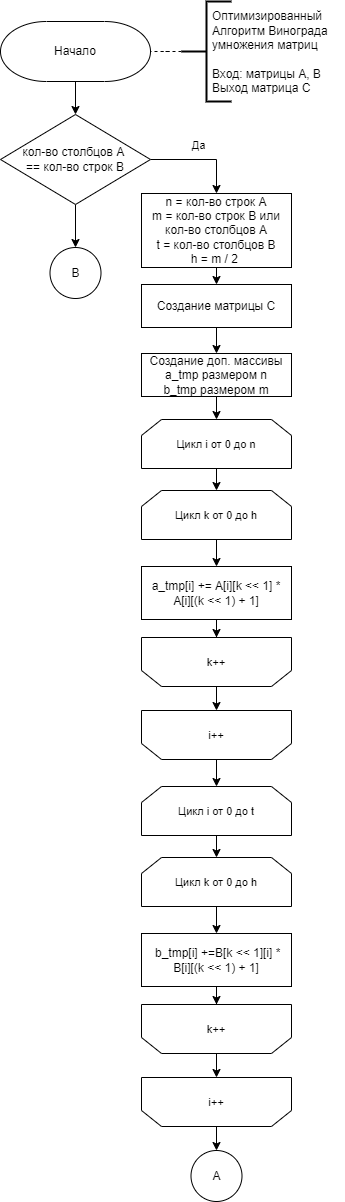
This is lab_02/docs/img/vinograd_opt_alg_1.png from Mansurow/bmstu-iu7-5sem-AA, a draw.io export, as it was before one commit. Source tidied: cells renumbered, new cells last; positions are measured from the earlier drawing's top-left corner, leaving out a move shared by most shapes.
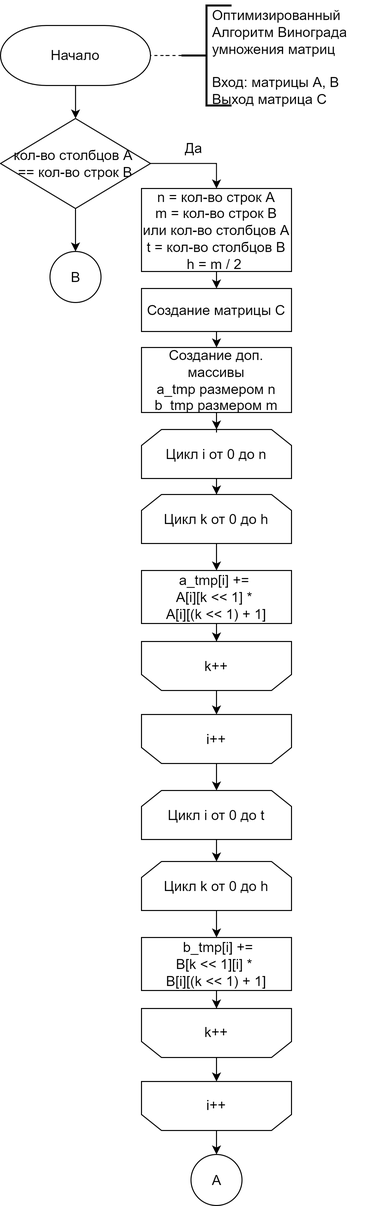
Later version of the same file.

The edit, as a diff of the source:
```diff
@@ -2,117 +2,117 @@
   <root>
     <mxCell id="0" />
     <mxCell id="1" parent="0" />
-    <mxCell id="2" style="edgeStyle=orthogonalEdgeStyle;rounded=0;jettySize=auto;html=1;" parent="1" edge="1" source="3" target="7">
+    <mxCell id="2" style="edgeStyle=orthogonalEdgeStyle;rounded=0;jettySize=auto;html=1;fontSize=14;" parent="1" edge="1" source="3" target="7">
       <mxGeometry relative="1" as="geometry" />
     </mxCell>
-    <mxCell id="3" value="Начало" style="strokeWidth=1;html=1;shape=mxgraph.flowchart.terminator;whiteSpace=wrap;" parent="1" vertex="1">
+    <mxCell id="3" value="Начало" style="strokeWidth=1;html=1;shape=mxgraph.flowchart.terminator;whiteSpace=wrap;fontSize=14;" parent="1" vertex="1">
       <mxGeometry y="20" width="150" height="60" as="geometry" />
     </mxCell>
-    <mxCell id="4" style="edgeStyle=orthogonalEdgeStyle;rounded=0;jettySize=auto;html=1;exitX=1;exitY=0.5;exitDx=0;exitDy=0;" parent="1" edge="1" source="7" target="9">
+    <mxCell id="4" style="edgeStyle=orthogonalEdgeStyle;rounded=0;jettySize=auto;html=1;exitX=1;exitY=0.5;exitDx=0;exitDy=0;fontSize=14;" parent="1" edge="1" source="7" target="9">
       <mxGeometry relative="1" as="geometry" />
     </mxCell>
-    <mxCell id="5" value="Да" style="edgeLabel;html=1;align=center;verticalAlign=middle;" parent="4" vertex="1">
+    <mxCell id="5" value="Да" style="edgeLabel;html=1;align=center;verticalAlign=middle;fontSize=14;" parent="4" vertex="1">
       <mxGeometry x="-0.06" y="-1" relative="1" as="geometry">
         <mxPoint y="-16" as="offset" />
       </mxGeometry>
     </mxCell>
-    <mxCell id="6" style="edgeStyle=orthogonalEdgeStyle;rounded=0;jettySize=auto;html=1;exitX=0.5;exitY=1;exitDx=0;exitDy=0;endArrow=classic;endFill=1;" parent="1" edge="1" source="7" target="38">
+    <mxCell id="6" style="edgeStyle=orthogonalEdgeStyle;rounded=0;jettySize=auto;html=1;exitX=0.5;exitY=1;exitDx=0;exitDy=0;endArrow=classic;endFill=1;fontSize=14;" parent="1" edge="1" source="7" target="38">
       <mxGeometry relative="1" as="geometry" />
     </mxCell>
-    <mxCell id="7" value="кол-во столбцов A &lt;br&gt;== кол-во строк B" style="rhombus;whiteSpace=wrap;html=1;" parent="1" vertex="1">
+    <mxCell id="7" value="кол-во столбцов A &lt;br style=&quot;font-size: 14px;&quot;&gt;== кол-во строк B" style="rhombus;whiteSpace=wrap;html=1;fontSize=14;" parent="1" vertex="1">
       <mxGeometry y="113" width="150" height="90" as="geometry" />
     </mxCell>
-    <mxCell id="8" style="edgeStyle=orthogonalEdgeStyle;rounded=0;jettySize=auto;html=1;exitX=0.5;exitY=1;exitDx=0;exitDy=0;entryX=0.5;entryY=0;entryDx=0;entryDy=0;endArrow=classic;endFill=1;" parent="1" edge="1" source="9" target="16">
+    <mxCell id="8" style="edgeStyle=orthogonalEdgeStyle;rounded=0;jettySize=auto;html=1;exitX=0.5;exitY=1;exitDx=0;exitDy=0;entryX=0.5;entryY=0;entryDx=0;entryDy=0;endArrow=classic;endFill=1;fontSize=14;" parent="1" edge="1" source="9" target="16">
       <mxGeometry relative="1" as="geometry" />
     </mxCell>
-    <mxCell id="9" value="n = кол-во строк A&lt;br&gt;m = кол-во строк B или кол-во столбцов A&lt;br&gt;t = кол-во столбцов B&lt;br&gt;h = m / 2&amp;nbsp;" style="rounded=0;whiteSpace=wrap;html=1;absoluteArcSize=1;arcSize=14;strokeWidth=1;" parent="1" vertex="1">
-      <mxGeometry x="141" y="192" width="150" height="74" as="geometry" />
+    <mxCell id="9" value="n = кол-во строк A&lt;br style=&quot;font-size: 14px;&quot;&gt;m = кол-во строк B или кол-во столбцов A&lt;br style=&quot;font-size: 14px;&quot;&gt;t = кол-во столбцов B&lt;br style=&quot;font-size: 14px;&quot;&gt;h = m / 2&amp;nbsp;" style="rounded=0;whiteSpace=wrap;html=1;absoluteArcSize=1;arcSize=14;strokeWidth=1;fontSize=14;" parent="1" vertex="1">
+      <mxGeometry x="141" y="183" width="150" height="83" as="geometry" />
     </mxCell>
-    <mxCell id="10" style="edgeStyle=orthogonalEdgeStyle;rounded=0;jettySize=auto;html=1;endArrow=classic;endFill=1;" parent="1" edge="1" source="11" target="20">
+    <mxCell id="10" style="edgeStyle=orthogonalEdgeStyle;rounded=0;jettySize=auto;html=1;endArrow=classic;endFill=1;fontSize=14;" parent="1" edge="1" source="11" target="20">
       <mxGeometry relative="1" as="geometry" />
     </mxCell>
-    <mxCell id="11" value="&lt;span style=&quot;font-size: 11px;&quot;&gt;Цикл i от 0 до n&lt;/span&gt;" style="shape=loopLimit;whiteSpace=wrap;html=1;" parent="1" vertex="1">
-      <mxGeometry x="141" y="418" width="150" height="49" as="geometry" />
+    <mxCell id="11" value="&lt;span style=&quot;font-size: 14px;&quot;&gt;Цикл i от 0 до n&lt;/span&gt;" style="shape=loopLimit;whiteSpace=wrap;html=1;fontSize=14;" parent="1" vertex="1">
+      <mxGeometry x="141" y="424" width="150" height="49" as="geometry" />
     </mxCell>
-    <mxCell id="12" style="edgeStyle=orthogonalEdgeStyle;rounded=0;jettySize=auto;html=1;endArrow=none;endFill=0;dashed=1;" parent="1" edge="1" source="13" target="3">
+    <mxCell id="12" style="edgeStyle=orthogonalEdgeStyle;rounded=0;jettySize=auto;html=1;endArrow=none;endFill=0;dashed=1;fontSize=14;" parent="1" edge="1" source="13" target="3">
       <mxGeometry relative="1" as="geometry" />
     </mxCell>
-    <mxCell id="13" style="strokeWidth=2;html=1;shape=mxgraph.flowchart.annotation_2;align=left;labelPosition=right;" parent="1" vertex="1">
+    <mxCell id="13" style="strokeWidth=2;html=1;shape=mxgraph.flowchart.annotation_2;align=left;labelPosition=right;fontSize=14;" parent="1" vertex="1">
       <mxGeometry x="181" width="50" height="100" as="geometry" />
     </mxCell>
-    <mxCell id="14" value="Оптимизированный&lt;br&gt;Алгоритм Винограда&lt;br&gt;умножения матриц&lt;br&gt;&lt;br&gt;Вход: матрицы A, B&lt;br&gt;Выход матрица С" style="text;html=1;align=left;verticalAlign=middle;strokeColor=none;fillColor=none;" parent="1" vertex="1">
-      <mxGeometry x="210" y="2" width="134" height="98" as="geometry" />
+    <mxCell id="14" value="Оптимизированный&lt;br style=&quot;font-size: 14px;&quot;&gt;Алгоритм Винограда&lt;br style=&quot;font-size: 14px;&quot;&gt;умножения матриц&lt;br style=&quot;font-size: 14px;&quot;&gt;&lt;br style=&quot;font-size: 14px;&quot;&gt;Вход: матрицы A, B&lt;br style=&quot;font-size: 14px;&quot;&gt;Выход матрица С" style="text;html=1;align=left;verticalAlign=middle;strokeColor=none;fillColor=none;fontSize=14;" parent="1" vertex="1">
+      <mxGeometry x="210" y="-5" width="153" height="113" as="geometry" />
     </mxCell>
-    <mxCell id="15" style="edgeStyle=orthogonalEdgeStyle;rounded=0;jettySize=auto;html=1;exitX=0.5;exitY=1;exitDx=0;exitDy=0;entryX=0.5;entryY=0;entryDx=0;entryDy=0;endArrow=classic;endFill=1;" parent="1" edge="1" source="16" target="18">
+    <mxCell id="15" style="edgeStyle=orthogonalEdgeStyle;rounded=0;jettySize=auto;html=1;exitX=0.5;exitY=1;exitDx=0;exitDy=0;entryX=0.5;entryY=0;entryDx=0;entryDy=0;endArrow=classic;endFill=1;fontSize=14;" parent="1" edge="1" source="16" target="18">
       <mxGeometry relative="1" as="geometry" />
     </mxCell>
-    <mxCell id="16" value="Создание матрицы C" style="rounded=0;whiteSpace=wrap;html=1;absoluteArcSize=1;arcSize=14;strokeWidth=1;" parent="1" vertex="1">
+    <mxCell id="16" value="Создание матрицы C" style="rounded=0;whiteSpace=wrap;html=1;absoluteArcSize=1;arcSize=14;strokeWidth=1;fontSize=14;" parent="1" vertex="1">
       <mxGeometry x="141" y="283" width="150" height="43" as="geometry" />
     </mxCell>
-    <mxCell id="17" style="edgeStyle=orthogonalEdgeStyle;rounded=0;jettySize=auto;html=1;endArrow=classic;endFill=1;" parent="1" edge="1" source="18" target="11">
+    <mxCell id="17" style="edgeStyle=orthogonalEdgeStyle;rounded=0;jettySize=auto;html=1;endArrow=classic;endFill=1;fontSize=14;" parent="1" edge="1" source="18" target="11">
       <mxGeometry relative="1" as="geometry" />
     </mxCell>
-    <mxCell id="18" value="Создание доп. массивы&lt;br&gt;a_tmp размером n&lt;br&gt;b_tmp размером m" style="rounded=0;whiteSpace=wrap;html=1;absoluteArcSize=1;arcSize=14;strokeWidth=1;" parent="1" vertex="1">
-      <mxGeometry x="141" y="352" width="150" height="43" as="geometry" />
+    <mxCell id="18" value="Создание доп. массивы&lt;br style=&quot;font-size: 14px;&quot;&gt;a_tmp размером n&lt;br style=&quot;font-size: 14px;&quot;&gt;b_tmp размером m" style="rounded=0;whiteSpace=wrap;html=1;absoluteArcSize=1;arcSize=14;strokeWidth=1;fontSize=14;" parent="1" vertex="1">
+      <mxGeometry x="141" y="342" width="150" height="65" as="geometry" />
     </mxCell>
-    <mxCell id="19" style="edgeStyle=orthogonalEdgeStyle;rounded=0;jettySize=auto;html=1;endArrow=classic;endFill=1;" parent="1" edge="1" source="20" target="22">
+    <mxCell id="19" style="edgeStyle=orthogonalEdgeStyle;rounded=0;jettySize=auto;html=1;endArrow=classic;endFill=1;fontSize=14;" parent="1" edge="1" source="20" target="22">
       <mxGeometry relative="1" as="geometry" />
     </mxCell>
-    <mxCell id="20" value="&lt;span style=&quot;font-size: 11px;&quot;&gt;Цикл k от 0 до h&lt;br&gt;&lt;/span&gt;" style="shape=loopLimit;whiteSpace=wrap;html=1;" parent="1" vertex="1">
+    <mxCell id="20" value="&lt;span style=&quot;font-size: 14px;&quot;&gt;Цикл k от 0 до h&lt;br style=&quot;font-size: 14px;&quot;&gt;&lt;/span&gt;" style="shape=loopLimit;whiteSpace=wrap;html=1;fontSize=14;" parent="1" vertex="1">
       <mxGeometry x="141" y="489" width="150" height="49" as="geometry" />
     </mxCell>
-    <mxCell id="21" style="edgeStyle=orthogonalEdgeStyle;rounded=0;jettySize=auto;html=1;endArrow=classic;endFill=1;" parent="1" edge="1" source="22" target="26">
+    <mxCell id="21" style="edgeStyle=orthogonalEdgeStyle;rounded=0;jettySize=auto;html=1;endArrow=classic;endFill=1;fontSize=14;" parent="1" edge="1" source="22" target="26">
       <mxGeometry relative="1" as="geometry" />
     </mxCell>
-    <mxCell id="22" value="a_tmp[i] += A[i][k &amp;lt;&amp;lt; 1] * A[i][(k &amp;lt;&amp;lt; 1) + 1]" style="rounded=0;whiteSpace=wrap;html=1;absoluteArcSize=1;arcSize=14;strokeWidth=1;" parent="1" vertex="1">
+    <mxCell id="22" value="a_tmp[i] += &lt;br&gt;A[i][k &amp;lt;&amp;lt; 1] * &lt;br&gt;A[i][(k &amp;lt;&amp;lt; 1) + 1]" style="rounded=0;whiteSpace=wrap;html=1;absoluteArcSize=1;arcSize=14;strokeWidth=1;fontSize=14;" parent="1" vertex="1">
       <mxGeometry x="141" y="565" width="150" height="53" as="geometry" />
     </mxCell>
-    <mxCell id="23" style="edgeStyle=orthogonalEdgeStyle;rounded=0;jettySize=auto;html=1;endArrow=classic;endFill=1;" parent="1" edge="1" source="24" target="28">
+    <mxCell id="23" style="edgeStyle=orthogonalEdgeStyle;rounded=0;jettySize=auto;html=1;endArrow=classic;endFill=1;fontSize=14;" parent="1" edge="1" source="24" target="28">
       <mxGeometry relative="1" as="geometry" />
     </mxCell>
-    <mxCell id="24" value="&lt;span style=&quot;font-size: 11px;&quot;&gt;i++&lt;br&gt;&lt;/span&gt;" style="shape=loopLimit;whiteSpace=wrap;html=1;direction=west;" parent="1" vertex="1">
+    <mxCell id="24" value="&lt;span style=&quot;font-size: 14px;&quot;&gt;i++&lt;br style=&quot;font-size: 14px;&quot;&gt;&lt;/span&gt;" style="shape=loopLimit;whiteSpace=wrap;html=1;direction=west;fontSize=14;" parent="1" vertex="1">
       <mxGeometry x="141" y="709" width="150" height="49" as="geometry" />
     </mxCell>
-    <mxCell id="25" style="edgeStyle=orthogonalEdgeStyle;rounded=0;jettySize=auto;html=1;entryX=0.5;entryY=1;entryDx=0;entryDy=0;endArrow=classic;endFill=1;" parent="1" edge="1" source="26" target="24">
+    <mxCell id="25" style="edgeStyle=orthogonalEdgeStyle;rounded=0;jettySize=auto;html=1;entryX=0.5;entryY=1;entryDx=0;entryDy=0;endArrow=classic;endFill=1;fontSize=14;" parent="1" edge="1" source="26" target="24">
       <mxGeometry relative="1" as="geometry" />
     </mxCell>
-    <mxCell id="26" value="&lt;span style=&quot;font-size: 11px;&quot;&gt;k++&lt;br&gt;&lt;/span&gt;" style="shape=loopLimit;whiteSpace=wrap;html=1;direction=west;" parent="1" vertex="1">
+    <mxCell id="26" value="&lt;span style=&quot;font-size: 14px;&quot;&gt;k++&lt;br style=&quot;font-size: 14px;&quot;&gt;&lt;/span&gt;" style="shape=loopLimit;whiteSpace=wrap;html=1;direction=west;fontSize=14;" parent="1" vertex="1">
       <mxGeometry x="141" y="636" width="150" height="49" as="geometry" />
     </mxCell>
-    <mxCell id="27" style="edgeStyle=orthogonalEdgeStyle;rounded=0;jettySize=auto;html=1;endArrow=classic;endFill=1;" parent="1" edge="1" source="28" target="30">
+    <mxCell id="27" style="edgeStyle=orthogonalEdgeStyle;rounded=0;jettySize=auto;html=1;endArrow=classic;endFill=1;fontSize=14;" parent="1" edge="1" source="28" target="30">
       <mxGeometry relative="1" as="geometry" />
     </mxCell>
-    <mxCell id="28" value="&lt;span style=&quot;font-size: 11px;&quot;&gt;Цикл i от 0 до t&lt;/span&gt;" style="shape=loopLimit;whiteSpace=wrap;html=1;" parent="1" vertex="1">
+    <mxCell id="28" value="&lt;span style=&quot;font-size: 14px;&quot;&gt;Цикл i от 0 до t&lt;/span&gt;" style="shape=loopLimit;whiteSpace=wrap;html=1;fontSize=14;" parent="1" vertex="1">
       <mxGeometry x="141" y="785" width="150" height="49" as="geometry" />
     </mxCell>
-    <mxCell id="29" style="edgeStyle=orthogonalEdgeStyle;rounded=0;jettySize=auto;html=1;endArrow=classic;endFill=1;" parent="1" edge="1" source="30" target="32">
+    <mxCell id="29" style="edgeStyle=orthogonalEdgeStyle;rounded=0;jettySize=auto;html=1;endArrow=classic;endFill=1;fontSize=14;" parent="1" edge="1" source="30" target="32">
       <mxGeometry relative="1" as="geometry" />
     </mxCell>
-    <mxCell id="30" value="&lt;span style=&quot;font-size: 11px;&quot;&gt;Цикл k от 0 до h&lt;br&gt;&lt;/span&gt;" style="shape=loopLimit;whiteSpace=wrap;html=1;" parent="1" vertex="1">
+    <mxCell id="30" value="&lt;span style=&quot;font-size: 14px;&quot;&gt;Цикл k от 0 до h&lt;br style=&quot;font-size: 14px;&quot;&gt;&lt;/span&gt;" style="shape=loopLimit;whiteSpace=wrap;html=1;fontSize=14;" parent="1" vertex="1">
       <mxGeometry x="141" y="856" width="150" height="49" as="geometry" />
     </mxCell>
-    <mxCell id="31" style="edgeStyle=orthogonalEdgeStyle;rounded=0;jettySize=auto;html=1;endArrow=classic;endFill=1;" parent="1" edge="1" source="32" target="36">
+    <mxCell id="31" style="edgeStyle=orthogonalEdgeStyle;rounded=0;jettySize=auto;html=1;endArrow=classic;endFill=1;fontSize=14;" parent="1" edge="1" source="32" target="36">
       <mxGeometry relative="1" as="geometry" />
     </mxCell>
-    <mxCell id="32" value="&amp;nbsp;b_tmp[i] +=B[k &amp;lt;&amp;lt; 1][i] * B[i][(k &amp;lt;&amp;lt; 1) + 1]" style="rounded=0;whiteSpace=wrap;html=1;absoluteArcSize=1;arcSize=14;strokeWidth=1;" parent="1" vertex="1">
+    <mxCell id="32" value="&amp;nbsp;b_tmp[i] +=&lt;br&gt;B[k &amp;lt;&amp;lt; 1][i] * &lt;br&gt;B[i][(k &amp;lt;&amp;lt; 1) + 1]" style="rounded=0;whiteSpace=wrap;html=1;absoluteArcSize=1;arcSize=14;strokeWidth=1;fontSize=14;" parent="1" vertex="1">
       <mxGeometry x="141" y="932" width="150" height="53" as="geometry" />
     </mxCell>
-    <mxCell id="33" style="edgeStyle=orthogonalEdgeStyle;rounded=0;jettySize=auto;html=1;endArrow=classic;endFill=1;" parent="1" edge="1" source="34" target="37">
+    <mxCell id="33" style="edgeStyle=orthogonalEdgeStyle;rounded=0;jettySize=auto;html=1;endArrow=classic;endFill=1;fontSize=14;" parent="1" edge="1" source="34" target="37">
       <mxGeometry relative="1" as="geometry" />
     </mxCell>
-    <mxCell id="34" value="&lt;span style=&quot;font-size: 11px;&quot;&gt;i++&lt;br&gt;&lt;/span&gt;" style="shape=loopLimit;whiteSpace=wrap;html=1;direction=west;" parent="1" vertex="1">
+    <mxCell id="34" value="&lt;span style=&quot;font-size: 14px;&quot;&gt;i++&lt;br style=&quot;font-size: 14px;&quot;&gt;&lt;/span&gt;" style="shape=loopLimit;whiteSpace=wrap;html=1;direction=west;fontSize=14;" parent="1" vertex="1">
       <mxGeometry x="141" y="1076" width="150" height="49" as="geometry" />
     </mxCell>
-    <mxCell id="35" style="edgeStyle=orthogonalEdgeStyle;rounded=0;jettySize=auto;html=1;entryX=0.5;entryY=1;entryDx=0;entryDy=0;endArrow=classic;endFill=1;" parent="1" edge="1" source="36" target="34">
+    <mxCell id="35" style="edgeStyle=orthogonalEdgeStyle;rounded=0;jettySize=auto;html=1;entryX=0.5;entryY=1;entryDx=0;entryDy=0;endArrow=classic;endFill=1;fontSize=14;" parent="1" edge="1" source="36" target="34">
       <mxGeometry relative="1" as="geometry" />
     </mxCell>
-    <mxCell id="36" value="&lt;span style=&quot;font-size: 11px;&quot;&gt;k++&lt;br&gt;&lt;/span&gt;" style="shape=loopLimit;whiteSpace=wrap;html=1;direction=west;" parent="1" vertex="1">
+    <mxCell id="36" value="&lt;span style=&quot;font-size: 14px;&quot;&gt;k++&lt;br style=&quot;font-size: 14px;&quot;&gt;&lt;/span&gt;" style="shape=loopLimit;whiteSpace=wrap;html=1;direction=west;fontSize=14;" parent="1" vertex="1">
       <mxGeometry x="141" y="1003" width="150" height="49" as="geometry" />
     </mxCell>
-    <mxCell id="37" value="A" style="ellipse;whiteSpace=wrap;html=1;" parent="1" vertex="1">
+    <mxCell id="37" value="A" style="ellipse;whiteSpace=wrap;html=1;fontSize=14;" parent="1" vertex="1">
       <mxGeometry x="190.5" y="1149" width="51" height="51" as="geometry" />
     </mxCell>
-    <mxCell id="38" value="B" style="ellipse;whiteSpace=wrap;html=1;" parent="1" vertex="1">
+    <mxCell id="38" value="B" style="ellipse;whiteSpace=wrap;html=1;fontSize=14;" parent="1" vertex="1">
       <mxGeometry x="49.5" y="246" width="51" height="51" as="geometry" />
     </mxCell>
   </root>
```
